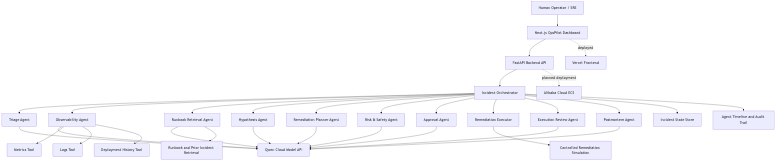
Above: docs/architecture.png in mehmetcamofficial/opspilot-qwen (Mermaid), before the change. Its source is kept beside it as docs/architecture.mmd. The source it was exported from:
```mermaid
flowchart TD
    SRE[Human Operator / SRE] --> FE[Next.js OpsPilot Dashboard]
    FE --> API[FastAPI Backend API]
    API --> ORCH[Incident Orchestrator]

    ORCH --> TRIAGE[Triage Agent]
    ORCH --> OBS[Observability Agent]
    ORCH --> RUNBOOK[Runbook Retrieval Agent]
    ORCH --> HYPO[Hypothesis Agent]
    ORCH --> PLAN[Remediation Planner Agent]
    ORCH --> RISK[Risk & Safety Agent]
    ORCH --> APPROVAL[Approval Agent]
    ORCH --> EXEC[Remediation Executor]
    ORCH --> REVIEW[Execution Review Agent]
    ORCH --> POST[Postmortem Agent]

    TRIAGE --> QWEN[Qwen Cloud Model API]
    OBS --> QWEN
    RUNBOOK --> QWEN
    HYPO --> QWEN
    PLAN --> QWEN
    RISK --> QWEN
    APPROVAL --> QWEN
    REVIEW --> QWEN
    POST --> QWEN

    OBS --> METRICS[Metrics Tool]
    OBS --> LOGS[Logs Tool]
    OBS --> DEPLOY[Deployment History Tool]
    RUNBOOK --> RAG[Runbook and Prior Incident Retrieval]
    EXEC --> ACTION[Controlled Remediation Simulation]

    ORCH --> STATE[Incident State Store]
    ORCH --> AUDIT[Agent Timeline and Audit Trail]

    API -. planned deployment .-> ECS[Alibaba Cloud ECS]
    FE -. deployed .-> VERCEL[Vercel Frontend]
```
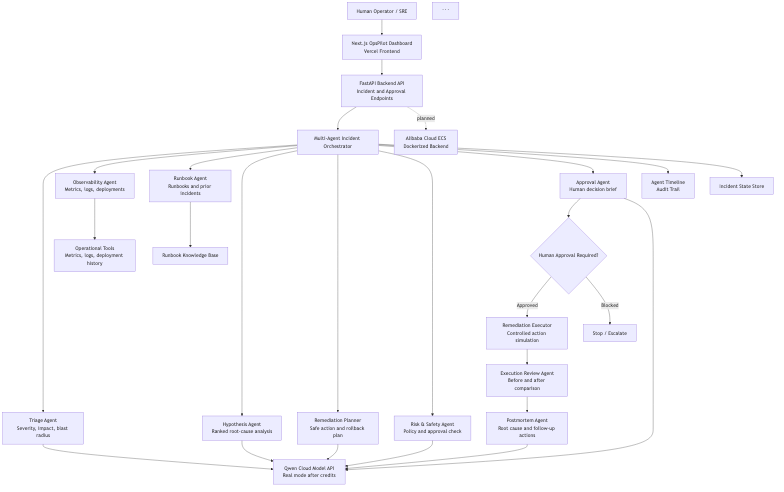
After the change.

Commit message:
Improve architecture diagram readability

The edit, as a diff of the source:
````diff
@@ -1,37 +1,38 @@
 flowchart TD
-    SRE[Human Operator / SRE] --> FE[Next.js OpsPilot Dashboard]
-    FE --> API[FastAPI Backend API]
-    API --> ORCH[Incident Orchestrator]
+USER[Human Operator / SRE] --> UI[Next.js OpsPilot Dashboard<br/>Vercel Frontend]
 
-    ORCH --> TRIAGE[Triage Agent]
-    ORCH --> OBS[Observability Agent]
-    ORCH --> RUNBOOK[Runbook Retrieval Agent]
-    ORCH --> HYPO[Hypothesis Agent]
-    ORCH --> PLAN[Remediation Planner Agent]
-    ORCH --> RISK[Risk & Safety Agent]
-    ORCH --> APPROVAL[Approval Agent]
-    ORCH --> EXEC[Remediation Executor]
-    ORCH --> REVIEW[Execution Review Agent]
-    ORCH --> POST[Postmortem Agent]
+```
+UI --> API[FastAPI Backend API<br/>Incident and Approval Endpoints]
 
-    TRIAGE --> QWEN[Qwen Cloud Model API]
-    OBS --> QWEN
-    RUNBOOK --> QWEN
-    HYPO --> QWEN
-    PLAN --> QWEN
-    RISK --> QWEN
-    APPROVAL --> QWEN
-    REVIEW --> QWEN
-    POST --> QWEN
+API --> ORCH[Multi-Agent Incident Orchestrator]
 
-    OBS --> METRICS[Metrics Tool]
-    OBS --> LOGS[Logs Tool]
-    OBS --> DEPLOY[Deployment History Tool]
-    RUNBOOK --> RAG[Runbook and Prior Incident Retrieval]
-    EXEC --> ACTION[Controlled Remediation Simulation]
+ORCH --> A1[Triage Agent<br/>Severity, impact, blast radius]
+ORCH --> A2[Observability Agent<br/>Metrics, logs, deployments]
+ORCH --> A3[Runbook Agent<br/>Runbooks and prior incidents]
+ORCH --> A4[Hypothesis Agent<br/>Ranked root-cause analysis]
+ORCH --> A5[Remediation Planner<br/>Safe action and rollback plan]
+ORCH --> A6[Risk & Safety Agent<br/>Policy and approval check]
+ORCH --> A7[Approval Agent<br/>Human decision brief]
 
-    ORCH --> STATE[Incident State Store]
-    ORCH --> AUDIT[Agent Timeline and Audit Trail]
+A7 --> APPROVAL{Human Approval Required?}
 
-    API -. planned deployment .-> ECS[Alibaba Cloud ECS]
-    FE -. deployed .-> VERCEL[Vercel Frontend]
+APPROVAL -->|Approved| EXEC[Remediation Executor<br/>Controlled action simulation]
+APPROVAL -->|Blocked| STOP[Stop / Escalate]
+
+EXEC --> REVIEW[Execution Review Agent<br/>Before and after comparison]
+REVIEW --> POST[Postmortem Agent<br/>Root cause and follow-up actions]
+
+ORCH --> AUDIT[Agent Timeline<br/>Audit Trail]
+ORCH --> STATE[Incident State Store]
+
+A1 --> QWEN[Qwen Cloud Model API<br/>Real mode after credits]
+A2 --> TOOLS[Operational Tools<br/>Metrics, logs, deployment history]
+A3 --> KB[Runbook Knowledge Base]
+A4 --> QWEN
+A5 --> QWEN
+A6 --> QWEN
+A7 --> QWEN
+POST --> QWEN
+
+API -. planned .-> ECS[Alibaba Cloud ECS<br/>Dockerized Backend]
+```
````
